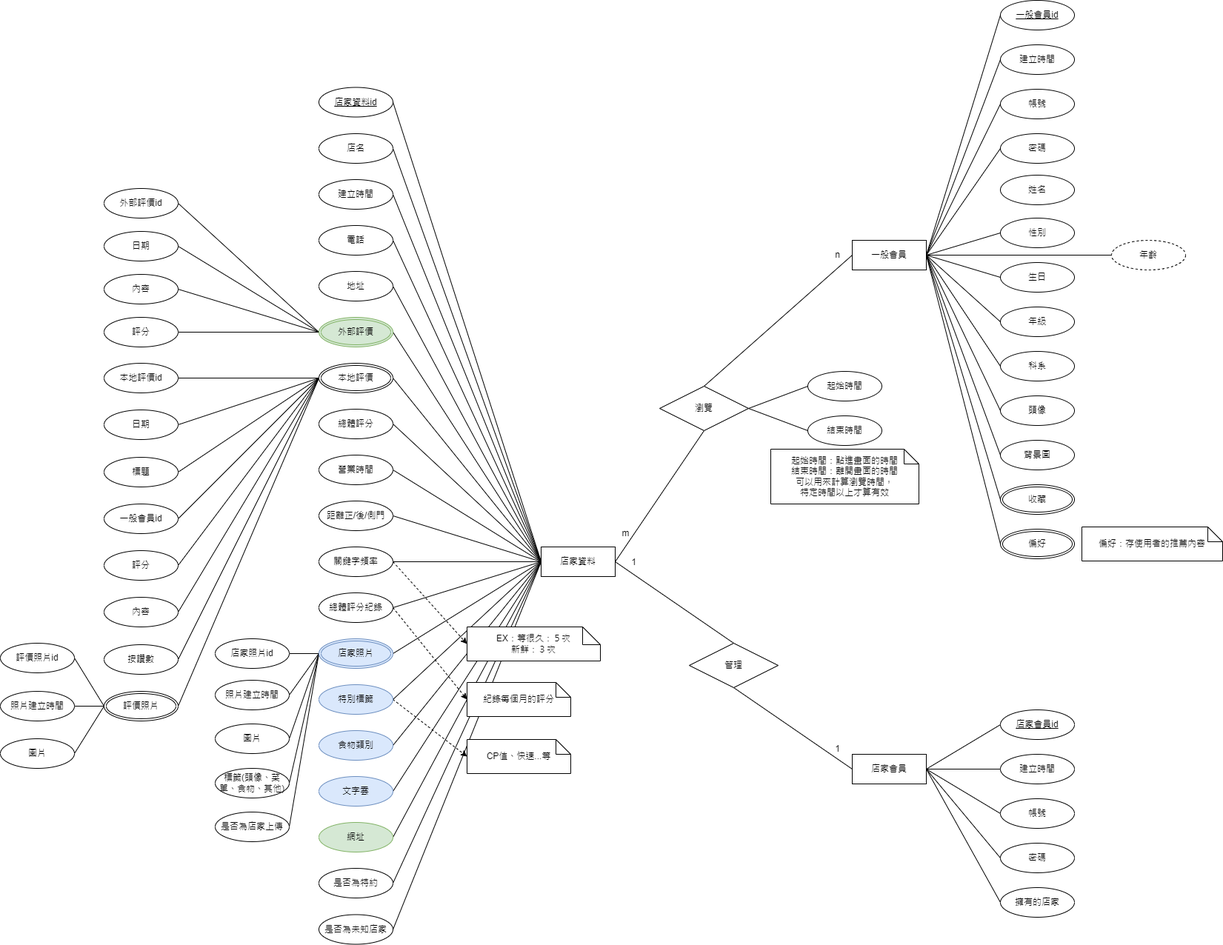
project-hungry-don-t-care-food/111402 keeps this draw.io diagram as 檔案繳交/資料庫/10846043/設計/10846043_ERM.drawio.png. Above is the earlier version. Source tidied: cells renumbered, new cells last; positions are measured from the earlier drawing's top-left corner, leaving out a move shared by most shapes.
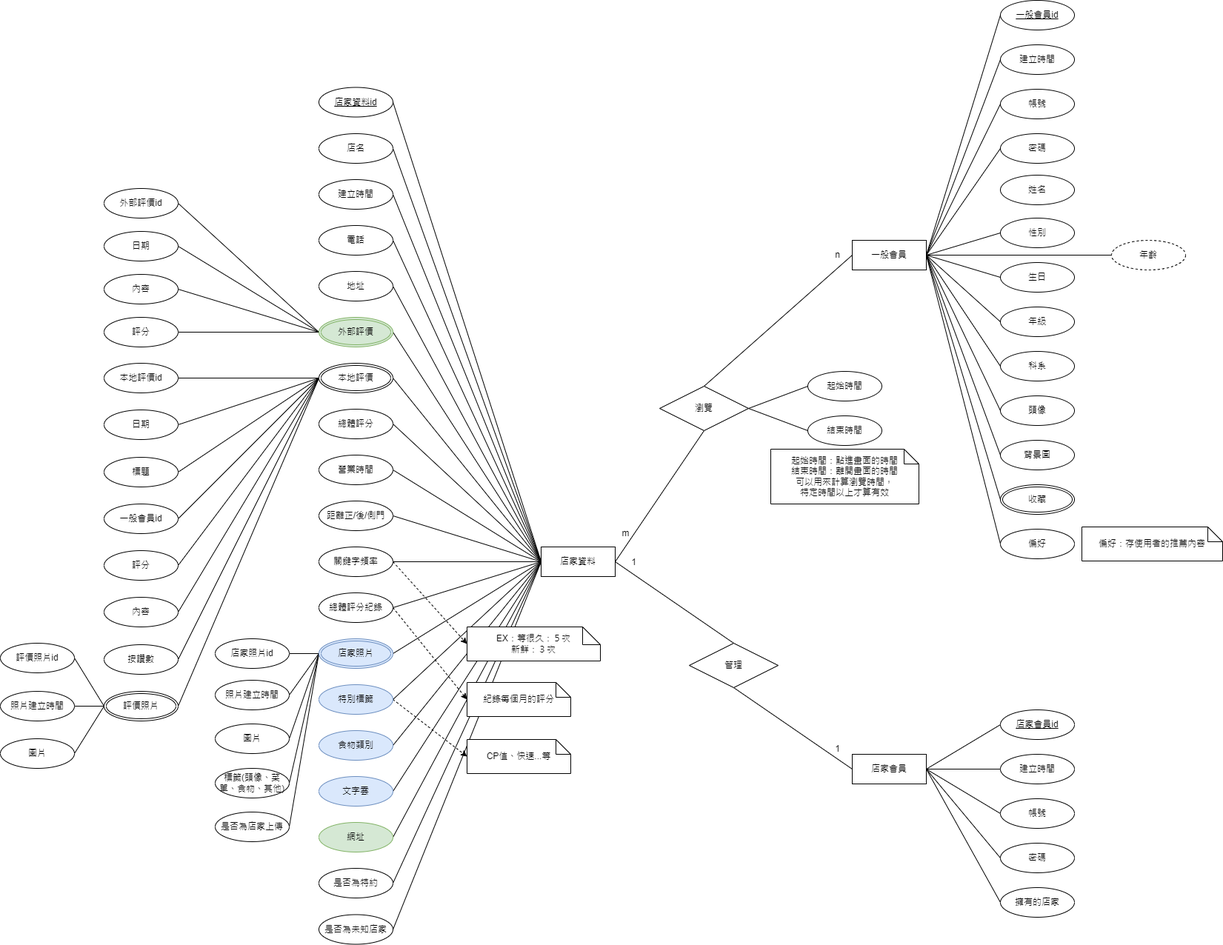
Later version of the same file.

Change to the diagram source:
```diff
@@ -230,7 +230,7 @@
     <mxCell id="77" value="店家會員id" style="ellipse;whiteSpace=wrap;html=1;align=center;fontStyle=4;" parent="1" vertex="1">
       <mxGeometry x="1350" y="958" width="100" height="40" as="geometry" />
     </mxCell>
-    <mxCell id="78" value="偏好" style="ellipse;shape=doubleEllipse;margin=3;whiteSpace=wrap;html=1;align=center;flipV=1;flipH=1;" parent="1" vertex="1">
+    <mxCell id="78" value="偏好" style="ellipse;whiteSpace=wrap;html=1;align=center;fontFamily=Helvetica;fontSize=12;fontColor=default;strokeColor=default;fillColor=default;" parent="1" vertex="1">
       <mxGeometry x="1350" y="714" width="100" height="40" as="geometry" />
     </mxCell>
     <mxCell id="79" value="收藏" style="ellipse;shape=doubleEllipse;margin=3;whiteSpace=wrap;html=1;align=center;flipV=1;flipH=1;" parent="1" vertex="1">
```
